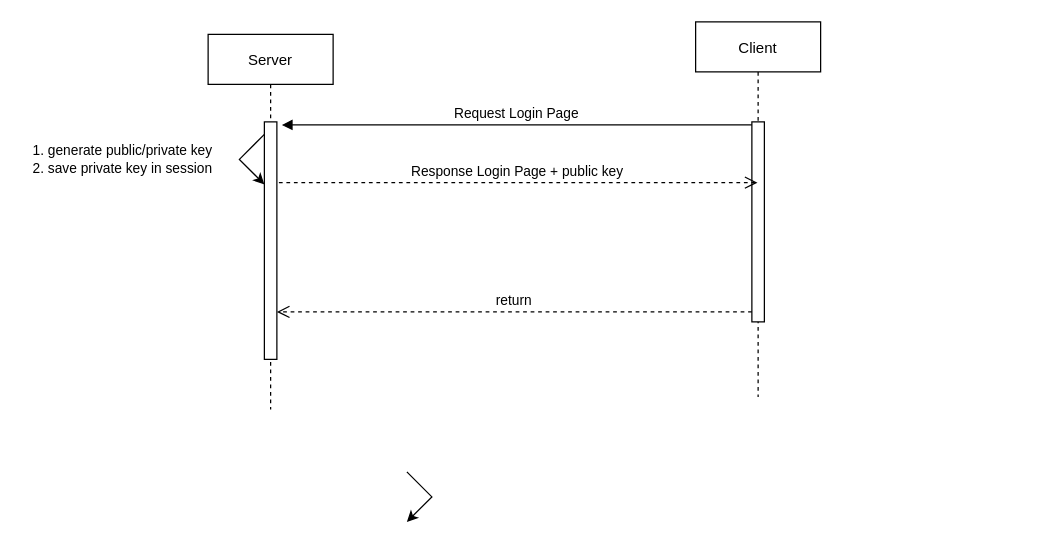
This is Untitled Diagram.drawio from donghyeok-dev/demo, a draw.io file, before an edit. Source tidied: cells renumbered, new cells numbered last; positions are measured from the earlier drawing's top-left corner, leaving out a move shared by most shapes. Both pictures are drawn from the tidied source at 125%, with x=0, y=0 at pixel (208, 21).
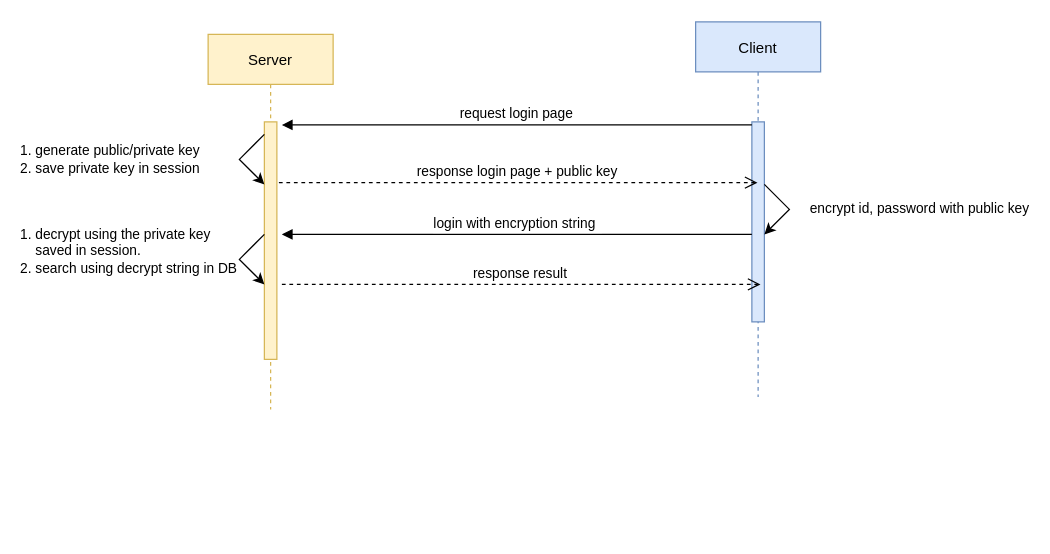
After the change.

Diff of the diagram source:
```diff
@@
-    <mxCell id="2" value="Server" style="shape=umlLifeline;perimeter=lifelinePerimeter;rounded=0;shadow=0;strokeWidth=1;" parent="1" vertex="1">
+    <mxCell id="2" value="Server" style="shape=umlLifeline;perimeter=lifelinePerimeter;rounded=0;shadow=0;strokeWidth=1;labelBackgroundColor=none;fillColor=#fff2cc;strokeColor=#d6b656;" parent="1" vertex="1">
       <mxGeometry y="10" width="100" height="300" as="geometry" />
     </mxCell>
-    <mxCell id="3" style="points=[];perimeter=orthogonalPerimeter;rounded=0;shadow=0;strokeWidth=1;" parent="2" vertex="1">
+    <mxCell id="3" style="points=[];perimeter=orthogonalPerimeter;rounded=0;shadow=0;strokeWidth=1;fillColor=#fff2cc;strokeColor=#d6b656;" parent="2" vertex="1">
       <mxGeometry x="45" y="70" width="10" height="190" as="geometry" />
     </mxCell>
     <mxCell id="4" value="1. generate&amp;nbsp;public/private key&lt;br&gt;2. save private key in session" style="endArrow=classic;html=1;rounded=0;align=left;" parent="2" edge="1">
-      <mxGeometry y="-166" relative="1" as="geometry">
+      <mxGeometry y="-176" relative="1" as="geometry">
         <mxPoint x="45" y="80" as="sourcePoint" />
         <mxPoint x="45" y="120" as="targetPoint" />
         <Array as="points">
           <mxPoint x="25" y="100" />
         </Array>
-        <mxPoint x="-49" y="-117" as="offset" />
+        <mxPoint x="-52" y="-124" as="offset" />
       </mxGeometry>
     </mxCell>
+    <mxCell id="11" value="1. decrypt using the private key&amp;nbsp;&lt;br&gt;&amp;nbsp; &amp;nbsp; saved in session.&lt;br&gt;2. search using decrypt string in DB&lt;br&gt;&amp;nbsp;" style="endArrow=classic;html=1;rounded=0;align=left;" parent="2" edge="1">
+      <mxGeometry y="-176" relative="1" as="geometry">
+        <mxPoint x="45" y="160" as="sourcePoint" />
+        <mxPoint x="45" y="200" as="targetPoint" />
+        <Array as="points">
+          <mxPoint x="25" y="180" />
+        </Array>
+        <mxPoint x="-52" y="-124" as="offset" />
+      </mxGeometry>
+    </mxCell>
-    <mxCell id="5" value="Client" style="shape=umlLifeline;perimeter=lifelinePerimeter;rounded=0;shadow=0;strokeWidth=1;" parent="1" vertex="1">
+    <mxCell id="5" value="Client" style="shape=umlLifeline;perimeter=lifelinePerimeter;rounded=0;shadow=0;strokeWidth=1;fillColor=#dae8fc;strokeColor=#6c8ebf;" parent="1" vertex="1">
       <mxGeometry x="390" width="100" height="300" as="geometry" />
     </mxCell>
-    <mxCell id="6" style="points=[];perimeter=orthogonalPerimeter;rounded=0;shadow=0;strokeWidth=1;" parent="5" vertex="1">
+    <mxCell id="6" style="points=[];perimeter=orthogonalPerimeter;rounded=0;shadow=0;strokeWidth=1;fillColor=#dae8fc;strokeColor=#6c8ebf;" parent="5" vertex="1">
       <mxGeometry x="45" y="80" width="10" height="160" as="geometry" />
     </mxCell>
-    <mxCell id="7" value="return" style="verticalAlign=bottom;endArrow=open;dashed=1;endSize=8;exitX=0;exitY=0.95;shadow=0;strokeWidth=1;" parent="1" edge="1" source="6" target="3">
-      <mxGeometry relative="1" as="geometry" />
-    </mxCell>
+    <mxCell id="10" value="encrypt id, password with public key" style="endArrow=classic;html=1;rounded=0;" parent="5" edge="1">
+      <mxGeometry y="104" relative="1" as="geometry">
+        <mxPoint x="55" y="130" as="sourcePoint" />
+        <mxPoint x="55" y="170" as="targetPoint" />
+        <Array as="points">
+          <mxPoint x="75" y="150" />
+        </Array>
+        <mxPoint x="30" y="-74" as="offset" />
+      </mxGeometry>
+    </mxCell>
-    <mxCell id="8" value="Request Login Page" style="verticalAlign=bottom;endArrow=block;entryX=1.4;entryY=0.013;shadow=0;strokeWidth=1;entryDx=0;entryDy=0;entryPerimeter=0;" parent="1" edge="1" source="6" target="3">
+    <mxCell id="8" value="request login page" style="verticalAlign=bottom;endArrow=block;entryX=1.4;entryY=0.013;shadow=0;strokeWidth=1;entryDx=0;entryDy=0;entryPerimeter=0;" parent="1" edge="1" source="6" target="3">
       <mxGeometry relative="1" as="geometry" />
     </mxCell>
-    <mxCell id="9" value="Response Login Page + public key" style="verticalAlign=bottom;endArrow=open;dashed=1;endSize=8;shadow=0;strokeWidth=1;exitX=1.162;exitY=0.256;exitDx=0;exitDy=0;exitPerimeter=0;" parent="1" edge="1" source="3" target="5">
+    <mxCell id="9" value="response login page + public key" style="verticalAlign=bottom;endArrow=open;dashed=1;endSize=8;shadow=0;strokeWidth=1;exitX=1.162;exitY=0.256;exitDx=0;exitDy=0;exitPerimeter=0;" parent="1" edge="1" source="3" target="5">
       <mxGeometry relative="1" as="geometry" />
     </mxCell>
-    <mxCell id="10" style="endArrow=classic;html=1;rounded=0;" parent="1" edge="1">
-      <mxGeometry relative="1" as="geometry">
-        <mxPoint x="159" y="360" as="sourcePoint" />
-        <mxPoint x="159" y="400" as="targetPoint" />
-        <Array as="points">
-          <mxPoint x="179" y="380" />
-        </Array>
-      </mxGeometry>
-    </mxCell>
+    <mxCell id="12" value="login with encryption string " style="verticalAlign=bottom;endArrow=block;entryX=1.4;entryY=0.013;shadow=0;strokeWidth=1;entryDx=0;entryDy=0;entryPerimeter=0;" parent="1" edge="1">
+      <mxGeometry relative="1" as="geometry">
+        <mxPoint x="435" y="170" as="sourcePoint" />
+        <mxPoint x="59" y="170" as="targetPoint" />
+      </mxGeometry>
+    </mxCell>
+    <mxCell id="13" value="response result" style="verticalAlign=bottom;endArrow=open;dashed=1;endSize=8;shadow=0;strokeWidth=1;exitX=1.162;exitY=0.256;exitDx=0;exitDy=0;exitPerimeter=0;" parent="1" edge="1">
+      <mxGeometry relative="1" as="geometry">
+        <mxPoint x="59" y="210" as="sourcePoint" />
+        <mxPoint x="441.9" y="210" as="targetPoint" />
+      </mxGeometry>
+    </mxCell>
```
